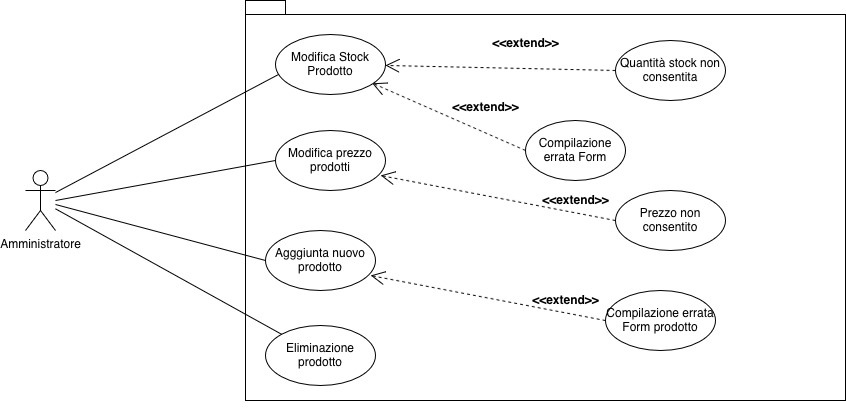
Before: Deliverables/Requirement Analysis Document images/USE_CASE_DIAGRAMS/UseCasesAmministratore.png, a diagram exported from draw.io (SigsUni/LaCantina). Source tidied: cells renumbered, new cells last; positions are measured from the earlier drawing's top-left corner, leaving out a move shared by most shapes. The source it was exported from:
```xml
<mxGraphModel>
  <root>
    <mxCell id="0" />
    <mxCell id="1" parent="0" />
    <mxCell id="2" value="Amministratore" style="shape=umlActor;verticalLabelPosition=bottom;verticalAlign=top;html=1;outlineConnect=0;" parent="1" vertex="1">
      <mxGeometry y="170" width="30" height="60" as="geometry" />
    </mxCell>
    <mxCell id="3" style="shape=folder;fontStyle=1;spacingTop=10;tabWidth=40;tabHeight=14;tabPosition=left;html=1;whiteSpace=wrap;" parent="1" vertex="1">
      <mxGeometry x="220" width="600" height="400" as="geometry" />
    </mxCell>
    <mxCell id="4" value="Compilazione errata Form" style="ellipse;whiteSpace=wrap;html=1;" parent="1" vertex="1">
      <mxGeometry x="500" y="120" width="100" height="60" as="geometry" />
    </mxCell>
    <mxCell id="5" value="Quantità stock non consentita" style="ellipse;whiteSpace=wrap;html=1;" parent="1" vertex="1">
      <mxGeometry x="590" y="40" width="110" height="60" as="geometry" />
    </mxCell>
    <mxCell id="6" style="endArrow=open;endSize=12;dashed=1;html=1;rounded=0;entryX=1;entryY=1;entryDx=0;entryDy=0;exitX=0;exitY=0.5;exitDx=0;exitDy=0;" parent="1" edge="1" source="4">
      <mxGeometry relative="1" as="geometry">
        <mxPoint x="346.8" y="82.7" as="targetPoint" />
      </mxGeometry>
    </mxCell>
    <mxCell id="7" style="endArrow=open;endSize=12;dashed=1;html=1;rounded=0;entryX=1;entryY=0.5;entryDx=0;entryDy=0;exitX=0;exitY=0.5;exitDx=0;exitDy=0;" parent="1" edge="1" source="5">
      <mxGeometry relative="1" as="geometry">
        <mxPoint x="360" y="65" as="targetPoint" />
      </mxGeometry>
    </mxCell>
    <mxCell id="8" value="&lt;b&gt;&amp;lt;&amp;lt;extend&amp;gt;&amp;gt;&lt;/b&gt;" style="text;align=center;fontStyle=1;verticalAlign=middle;spacingLeft=3;spacingRight=3;strokeColor=none;html=1;" parent="1" vertex="1">
      <mxGeometry x="460" y="30" width="80" height="26" as="geometry" />
    </mxCell>
    <mxCell id="9" value="&lt;b&gt;&amp;lt;&amp;lt;extend&amp;gt;&amp;gt;&lt;/b&gt;" style="text;align=center;fontStyle=1;verticalAlign=middle;spacingLeft=3;spacingRight=3;strokeColor=none;html=1;" parent="1" vertex="1">
      <mxGeometry x="420" y="94" width="80" height="26" as="geometry" />
    </mxCell>
    <mxCell id="10" style="endArrow=none;html=1;rounded=0;exitX=0;exitY=0.5;exitDx=0;exitDy=0;" parent="1" edge="1" target="2">
      <mxGeometry relative="1" as="geometry">
        <mxPoint x="270" y="65" as="sourcePoint" />
      </mxGeometry>
    </mxCell>
    <mxCell id="11" value="Modifica Stock Prodotto" style="ellipse;whiteSpace=wrap;html=1;" parent="1" vertex="1">
      <mxGeometry x="250" y="34" width="110" height="60" as="geometry" />
    </mxCell>
    <mxCell id="12" value="Modifica prezzo prodotti" style="ellipse;whiteSpace=wrap;html=1;" parent="1" vertex="1">
      <mxGeometry x="250" y="130" width="110" height="60" as="geometry" />
    </mxCell>
    <mxCell id="13" value="Prezzo non consentito" style="ellipse;whiteSpace=wrap;html=1;" parent="1" vertex="1">
      <mxGeometry x="590" y="190" width="110" height="60" as="geometry" />
    </mxCell>
    <mxCell id="14" style="endArrow=open;endSize=12;dashed=1;html=1;rounded=0;entryX=0.955;entryY=0.75;entryDx=0;entryDy=0;exitX=0;exitY=0.5;exitDx=0;exitDy=0;entryPerimeter=0;" parent="1" edge="1" source="13" target="12">
      <mxGeometry relative="1" as="geometry" />
    </mxCell>
    <mxCell id="15" value="&lt;b&gt;&amp;lt;&amp;lt;extend&amp;gt;&amp;gt;&lt;/b&gt;" style="text;align=center;fontStyle=1;verticalAlign=middle;spacingLeft=3;spacingRight=3;strokeColor=none;html=1;" parent="1" vertex="1">
      <mxGeometry x="510" y="187" width="80" height="26" as="geometry" />
    </mxCell>
    <mxCell id="16" style="endArrow=none;html=1;rounded=0;exitX=0;exitY=0.5;exitDx=0;exitDy=0;" parent="1" edge="1" source="12">
      <mxGeometry relative="1" as="geometry">
        <mxPoint x="30" y="200" as="targetPoint" />
      </mxGeometry>
    </mxCell>
    <mxCell id="17" value="Agggiunta nuovo prodotto" style="ellipse;whiteSpace=wrap;html=1;" parent="1" vertex="1">
      <mxGeometry x="240" y="230" width="110" height="60" as="geometry" />
    </mxCell>
    <mxCell id="18" value="Compilazione errata Form prodotto" style="ellipse;whiteSpace=wrap;html=1;" parent="1" vertex="1">
      <mxGeometry x="580" y="290" width="110" height="60" as="geometry" />
    </mxCell>
    <mxCell id="19" style="endArrow=open;endSize=12;dashed=1;html=1;rounded=0;entryX=0.955;entryY=0.75;entryDx=0;entryDy=0;exitX=0;exitY=0.5;exitDx=0;exitDy=0;entryPerimeter=0;" parent="1" edge="1" source="18" target="17">
      <mxGeometry relative="1" as="geometry" />
    </mxCell>
    <mxCell id="20" value="&lt;b&gt;&amp;lt;&amp;lt;extend&amp;gt;&amp;gt;&lt;/b&gt;" style="text;align=center;fontStyle=1;verticalAlign=middle;spacingLeft=3;spacingRight=3;strokeColor=none;html=1;" parent="1" vertex="1">
      <mxGeometry x="500" y="287" width="80" height="26" as="geometry" />
    </mxCell>
    <mxCell id="21" value="Eliminazione prodotto" style="ellipse;whiteSpace=wrap;html=1;" parent="1" vertex="1">
      <mxGeometry x="240" y="325" width="110" height="60" as="geometry" />
    </mxCell>
    <mxCell id="22" style="edgeStyle=orthogonalEdgeStyle;rounded=0;orthogonalLoop=1;jettySize=auto;html=1;exitX=0.5;exitY=1;exitDx=0;exitDy=0;exitPerimeter=0;" parent="1" edge="1" source="3" target="3">
      <mxGeometry relative="1" as="geometry" />
    </mxCell>
    <mxCell id="23" style="endArrow=none;html=1;rounded=0;exitX=0;exitY=0.5;exitDx=0;exitDy=0;" parent="1" edge="1" source="17" target="2">
      <mxGeometry relative="1" as="geometry" />
    </mxCell>
    <mxCell id="24" style="endArrow=none;html=1;rounded=0;exitX=0;exitY=0;exitDx=0;exitDy=0;" parent="1" edge="1" source="21" target="2">
      <mxGeometry relative="1" as="geometry" />
    </mxCell>
  </root>
</mxGraphModel>
```
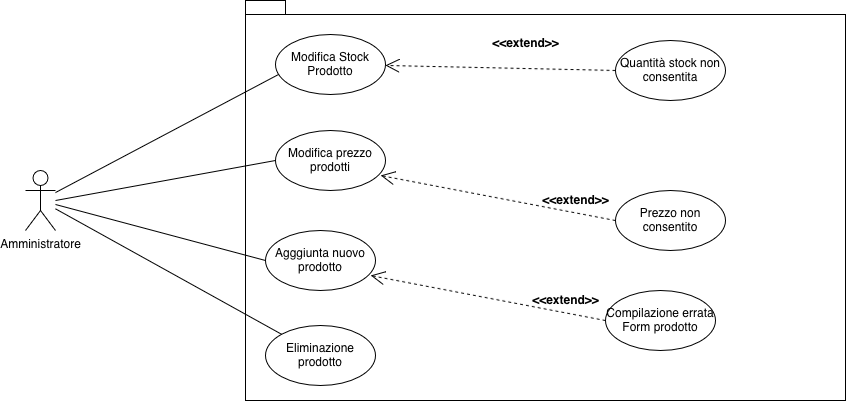
The same diagram one commit later.

What changed in the source:
```diff
@@ -8,17 +8,9 @@
     <mxCell id="3" style="shape=folder;fontStyle=1;spacingTop=10;tabWidth=40;tabHeight=14;tabPosition=left;html=1;whiteSpace=wrap;" parent="1" vertex="1">
       <mxGeometry x="220" width="600" height="400" as="geometry" />
     </mxCell>
-    <mxCell id="4" value="Compilazione errata Form" style="ellipse;whiteSpace=wrap;html=1;" parent="1" vertex="1">
-      <mxGeometry x="500" y="120" width="100" height="60" as="geometry" />
-    </mxCell>
     <mxCell id="5" value="Quantità stock non consentita" style="ellipse;whiteSpace=wrap;html=1;" parent="1" vertex="1">
       <mxGeometry x="590" y="40" width="110" height="60" as="geometry" />
     </mxCell>
-    <mxCell id="6" style="endArrow=open;endSize=12;dashed=1;html=1;rounded=0;entryX=1;entryY=1;entryDx=0;entryDy=0;exitX=0;exitY=0.5;exitDx=0;exitDy=0;" parent="1" edge="1" source="4">
-      <mxGeometry relative="1" as="geometry">
-        <mxPoint x="346.8" y="82.7" as="targetPoint" />
-      </mxGeometry>
-    </mxCell>
     <mxCell id="7" style="endArrow=open;endSize=12;dashed=1;html=1;rounded=0;entryX=1;entryY=0.5;entryDx=0;entryDy=0;exitX=0;exitY=0.5;exitDx=0;exitDy=0;" parent="1" edge="1" source="5">
       <mxGeometry relative="1" as="geometry">
         <mxPoint x="360" y="65" as="targetPoint" />
@@ -27,9 +19,6 @@
     <mxCell id="8" value="&lt;b&gt;&amp;lt;&amp;lt;extend&amp;gt;&amp;gt;&lt;/b&gt;" style="text;align=center;fontStyle=1;verticalAlign=middle;spacingLeft=3;spacingRight=3;strokeColor=none;html=1;" parent="1" vertex="1">
       <mxGeometry x="460" y="30" width="80" height="26" as="geometry" />
     </mxCell>
-    <mxCell id="9" value="&lt;b&gt;&amp;lt;&amp;lt;extend&amp;gt;&amp;gt;&lt;/b&gt;" style="text;align=center;fontStyle=1;verticalAlign=middle;spacingLeft=3;spacingRight=3;strokeColor=none;html=1;" parent="1" vertex="1">
-      <mxGeometry x="420" y="94" width="80" height="26" as="geometry" />
-    </mxCell>
     <mxCell id="10" style="endArrow=none;html=1;rounded=0;exitX=0;exitY=0.5;exitDx=0;exitDy=0;" parent="1" edge="1" target="2">
       <mxGeometry relative="1" as="geometry">
         <mxPoint x="270" y="65" as="sourcePoint" />
```
